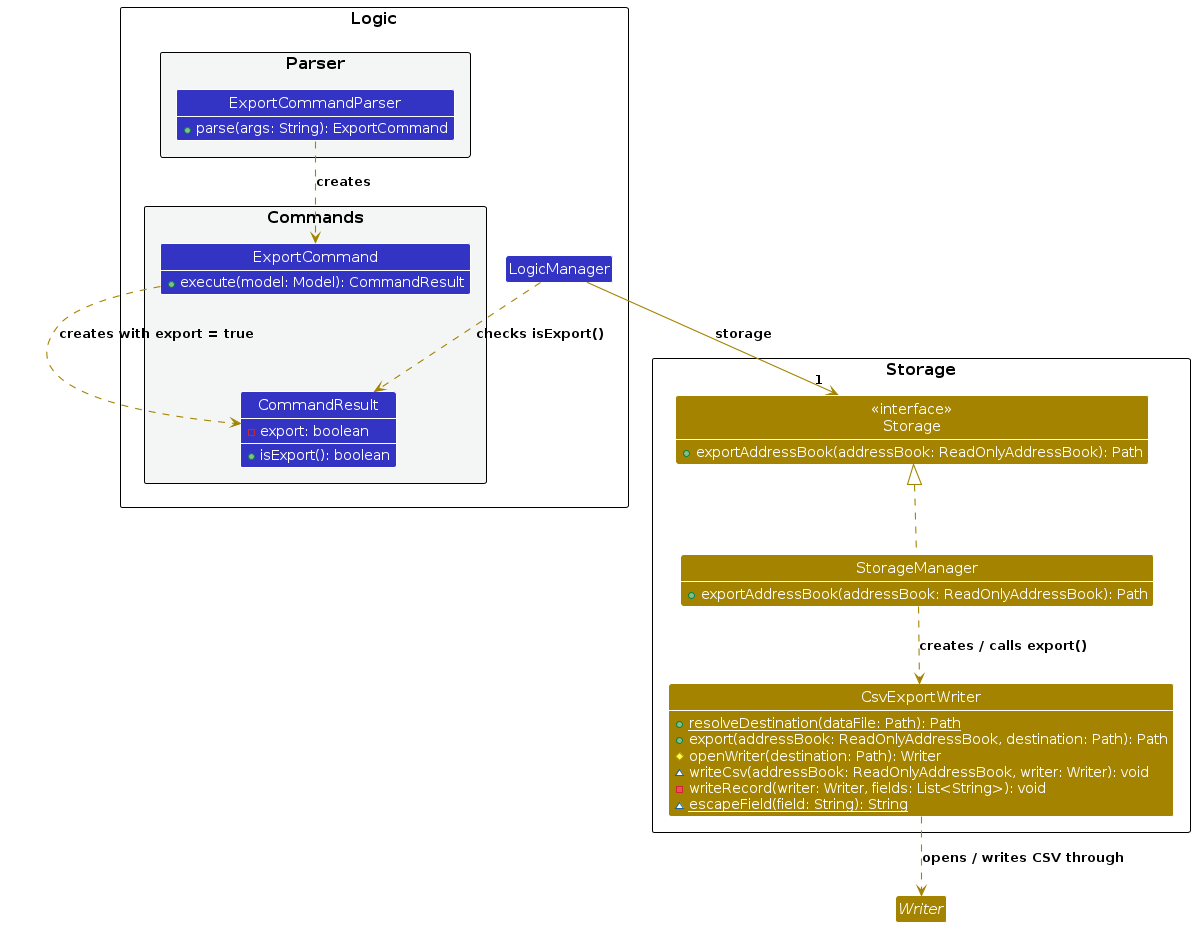
Above: diagrams/ExportFeatureClassDiagram.png in AY2627S1-CS2103-F10-1/tp (PlantUML), before the change. Its source is kept beside it as diagrams/ExportFeatureClassDiagram.puml. Source of this version:
```plantuml
@startuml
!include style.puml
skinparam arrowThickness 1.1
skinparam arrowColor STORAGE_COLOR
skinparam classBackgroundColor STORAGE_COLOR
skinparam classFontColor #FFFFFF
skinparam classAttributeFontColor #FFFFFF
skinparam classStereotypeFontColor #FFFFFF

package Logic as LogicPackage {
    Class LogicManager LOGIC_COLOR

    package Parser as ParserPackage #F4F6F6 {
        Class ExportCommandParser LOGIC_COLOR {
            +parse(args: String): ExportCommand
        }
    }

    package Commands as CommandsPackage #F4F6F6 {
        Class ExportCommand LOGIC_COLOR {
            +execute(model: Model): CommandResult
        }
        Class CommandResult LOGIC_COLOR {
            -export: boolean
            +isExport(): boolean
        }
    }
}

package Storage as StoragePackage {
    Class "<<interface>>\nStorage" as Storage {
        +exportAddressBook(addressBook: ReadOnlyAddressBook): Path
    }
    Class StorageManager {
        +exportAddressBook(addressBook: ReadOnlyAddressBook): Path
    }
    class CsvExportWriter {
        {static} +resolveDestination(dataFile: Path): Path
        +export(addressBook: ReadOnlyAddressBook, destination: Path): Path
        #openWriter(destination: Path): Writer
        ~writeCsv(addressBook: ReadOnlyAddressBook, writer: Writer): void
        -writeRecord(writer: Writer, fields: List<String>): void
        {static} ~escapeField(field: String): String
    }
}

abstract class Writer

show Storage methods
show StorageManager methods
show CsvExportWriter methods

show ExportCommandParser methods
show ExportCommand methods
show CommandResult members

ExportCommandParser ..> ExportCommand : creates
ExportCommand ..> CommandResult : creates with export = true
LogicManager ..> CommandResult : checks isExport()
LogicManager --> "1" Storage : storage
StorageManager .up.|> Storage
StorageManager ..> CsvExportWriter : creates / calls export()
CsvExportWriter ..> Writer : opens / writes CSV through

@enduml
```
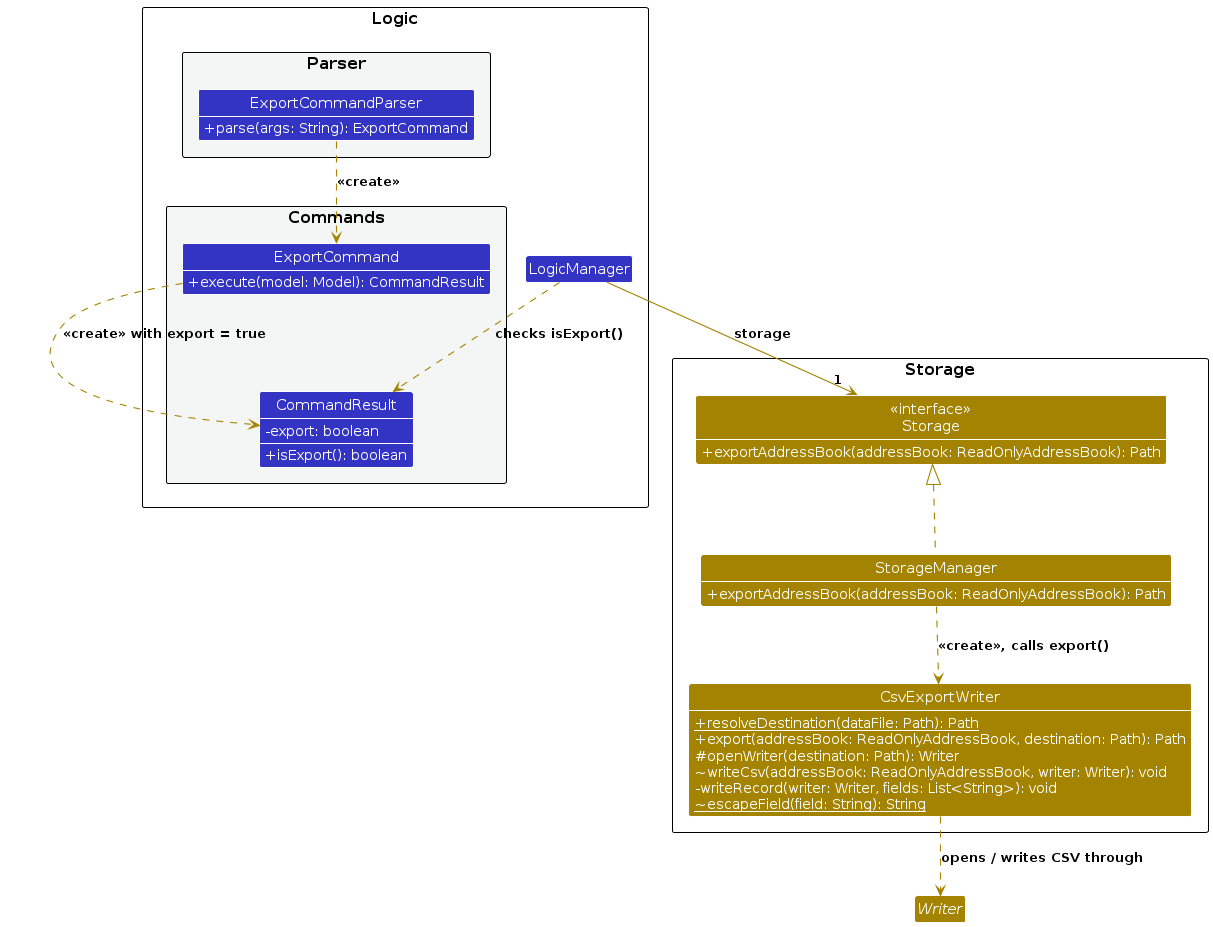
After the commit.

What changed in the source:
```diff
@@ -6,6 +6,7 @@
 skinparam classFontColor #FFFFFF
 skinparam classAttributeFontColor #FFFFFF
 skinparam classStereotypeFontColor #FFFFFF
+skinparam classAttributeIconSize 0
 
 package Logic as LogicPackage {
     Class LogicManager LOGIC_COLOR
@@ -54,12 +55,12 @@
 show ExportCommand methods
 show CommandResult members
 
-ExportCommandParser ..> ExportCommand : creates
-ExportCommand ..> CommandResult : creates with export = true
+ExportCommandParser ..> ExportCommand : <<create>>
+ExportCommand ..> CommandResult : <<create>> with export = true
 LogicManager ..> CommandResult : checks isExport()
 LogicManager --> "1" Storage : storage
 StorageManager .up.|> Storage
-StorageManager ..> CsvExportWriter : creates / calls export()
+StorageManager ..> CsvExportWriter : <<create>>, calls export()
 CsvExportWriter ..> Writer : opens / writes CSV through
 
 @enduml
```
